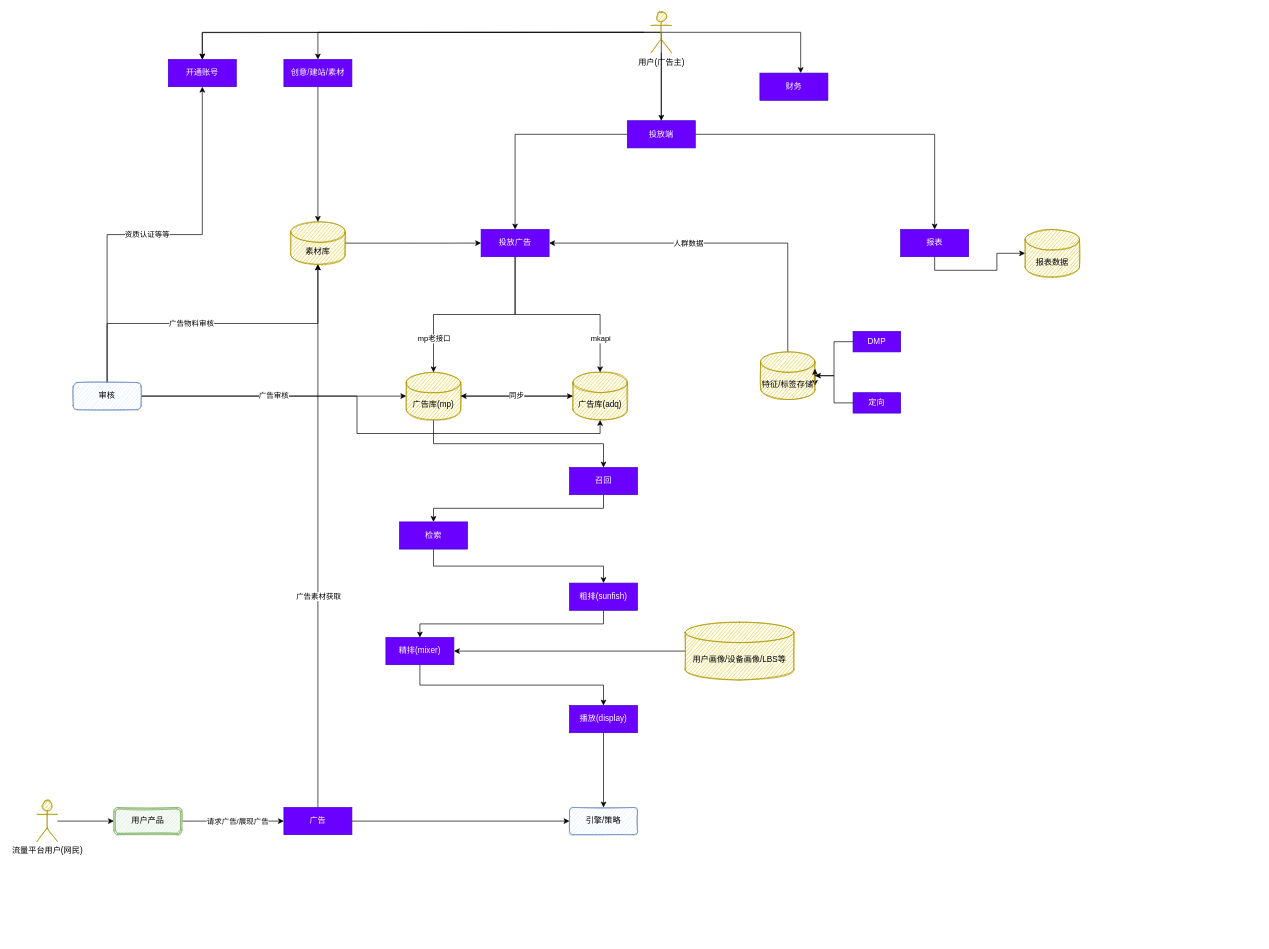
Earlier version of the draw.io diagram Untitled Diagram.drawio (xzy0625/CSS-HTML-). Source tidied: cells renumbered, new cells numbered last; positions are measured from the earlier drawing's top-left corner, leaving out a move shared by most shapes. Both pictures are drawn from the tidied source at 68%, with x=0, y=0 at pixel (37, 12).
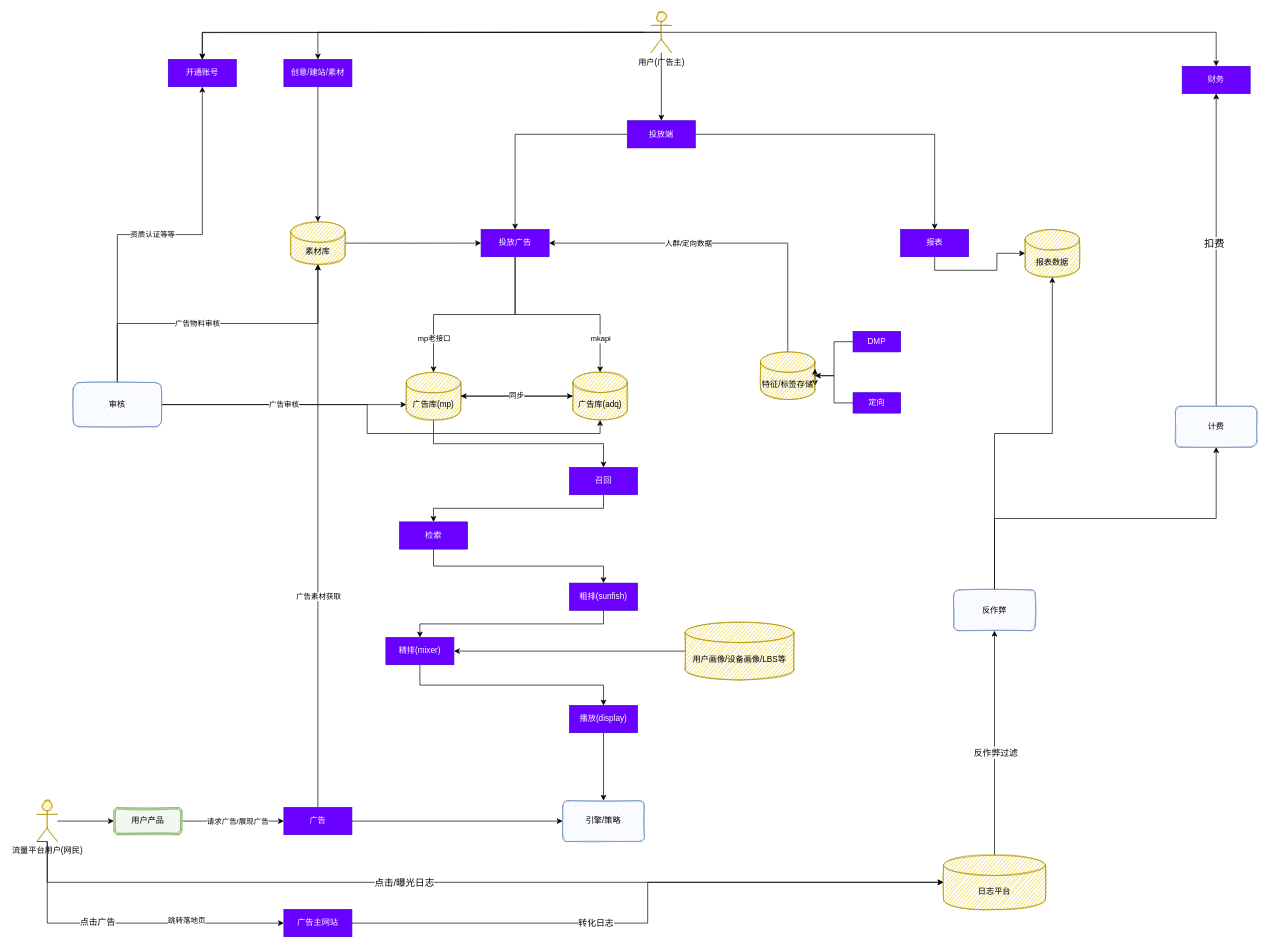
After the change.

Unchanged cells that the change refers to:
```xml
<mxCell id="5" value="投放端" style="rounded=0;whiteSpace=wrap;html=1;fillColor=#6a00ff;strokeColor=#3700CC;sketch=0;fontColor=#ffffff;" parent="1" vertex="1">
  <mxGeometry x="868" y="160" width="100" height="40" as="geometry" />
</mxCell>
<mxCell id="17" value="广告库(mp)" style="shape=cylinder3;whiteSpace=wrap;html=1;boundedLbl=1;backgroundOutline=1;size=15;rounded=1;shadow=0;glass=0;sketch=1;fillStyle=hatch;fillColor=#e3c800;strokeColor=#B09500;fontColor=#000000;" parent="1" vertex="1">
  <mxGeometry x="543" y="530" width="80" height="70" as="geometry" />
</mxCell>
<mxCell id="20" value="报表数据" style="shape=cylinder3;whiteSpace=wrap;html=1;boundedLbl=1;backgroundOutline=1;size=15;rounded=1;shadow=0;glass=0;sketch=1;fillStyle=hatch;fillColor=#e3c800;fontColor=#000000;strokeColor=#B09500;" parent="1" vertex="1">
  <mxGeometry x="1453" y="320" width="80" height="70" as="geometry" />
</mxCell>
<mxCell id="26" value="用户(广告主)" style="shape=umlActor;verticalLabelPosition=bottom;verticalAlign=top;html=1;outlineConnect=0;rounded=1;shadow=0;glass=0;sketch=1;fillStyle=hatch;fillColor=#e3c800;fontColor=#000000;strokeColor=#B09500;" parent="1" vertex="1">
  <mxGeometry x="903" width="30" height="60" as="geometry" />
</mxCell>
<mxCell id="28" value="流量平台用户(网民)" style="shape=umlActor;verticalLabelPosition=bottom;verticalAlign=top;html=1;outlineConnect=0;rounded=1;shadow=0;glass=0;sketch=1;fillStyle=hatch;fillColor=#e3c800;fontColor=#000000;strokeColor=#B09500;" parent="1" vertex="1">
  <mxGeometry y="1160" width="30" height="60" as="geometry" />
</mxCell>
<mxCell id="44" style="edgeStyle=orthogonalEdgeStyle;rounded=0;jettySize=auto;html=1;exitX=0.5;exitY=0;exitDx=0;exitDy=0;exitPerimeter=0;entryX=1;entryY=0.5;entryDx=0;entryDy=0;" parent="1" edge="1" source="46" target="37">
  <mxGeometry relative="1" as="geometry" />
</mxCell>
```

Diff of the diagram source:
```diff
@@
-    <mxCell id="2" style="edgeStyle=orthogonalEdgeStyle;rounded=0;jettySize=auto;html=1;" parent="1" edge="1" source="5" target="32">
-      <mxGeometry relative="1" as="geometry">
-        <Array as="points">
-          <mxPoint x="918" y="30" />
-          <mxPoint x="1123" y="30" />
-        </Array>
-      </mxGeometry>
-    </mxCell>
@@
     <mxCell id="13" value="广告审核" style="edgeStyle=orthogonalEdgeStyle;rounded=0;jettySize=auto;html=1;exitX=1;exitY=0.5;exitDx=0;exitDy=0;" parent="1" edge="1" source="14" target="17">
-      <mxGeometry relative="1" as="geometry" />
+      <mxGeometry relative="1" as="geometry">
+        <Array as="points">
+          <mxPoint x="483" y="577" />
+          <mxPoint x="483" y="577" />
+        </Array>
+      </mxGeometry>
     </mxCell>
     <mxCell id="14" value="审核" style="rounded=1;whiteSpace=wrap;html=1;fillColor=#dae8fc;strokeColor=#6c8ebf;fillStyle=hatch;glass=0;shadow=0;sketch=1;" parent="1" vertex="1">
-      <mxGeometry x="53" y="545" width="100" height="40" as="geometry" />
+      <mxGeometry x="53" y="545" width="130" height="65" as="geometry" />
     </mxCell>
@@
+    <mxCell id="69" style="edgeStyle=orthogonalEdgeStyle;rounded=0;jettySize=auto;html=1;exitX=0.5;exitY=0.5;exitDx=0;exitDy=0;exitPerimeter=0;fontSize=13;" parent="1" edge="1" source="26" target="32">
+      <mxGeometry relative="1" as="geometry" />
+    </mxCell>
@@
+    <mxCell id="70" style="edgeStyle=orthogonalEdgeStyle;rounded=0;jettySize=auto;html=1;entryX=0;entryY=0.5;entryDx=0;entryDy=0;" parent="1" edge="1" source="28" target="77">
+      <mxGeometry relative="1" as="geometry">
+        <Array as="points">
+          <mxPoint x="15" y="1340" />
+        </Array>
+      </mxGeometry>
+    </mxCell>
+    <mxCell id="71" value="&lt;font style=&quot;font-size: 13px;&quot;&gt;点击广告&lt;/font&gt;" style="edgeLabel;html=1;align=center;verticalAlign=middle;" parent="70" vertex="1">
+      <mxGeometry x="-0.17" y="3" relative="1" as="geometry">
+        <mxPoint x="-1" as="offset" />
+      </mxGeometry>
+    </mxCell>
+    <mxCell id="72" value="跳转落地页" style="edgeLabel;html=1;align=center;verticalAlign=middle;" parent="70" vertex="1">
+      <mxGeometry x="0.39" y="4" relative="1" as="geometry">
+        <mxPoint x="-1" as="offset" />
+      </mxGeometry>
+    </mxCell>
+    <mxCell id="73" style="edgeStyle=orthogonalEdgeStyle;rounded=0;jettySize=auto;html=1;exitX=0;exitY=1;exitDx=0;exitDy=0;exitPerimeter=0;entryX=0;entryY=0.5;entryDx=0;entryDy=0;entryPerimeter=0;" parent="1" edge="1" source="28" target="80">
+      <mxGeometry relative="1" as="geometry">
+        <Array as="points">
+          <mxPoint x="15" y="1220" />
+          <mxPoint x="15" y="1280" />
+        </Array>
+      </mxGeometry>
+    </mxCell>
+    <mxCell id="74" value="&lt;font style=&quot;font-size: 14px;&quot;&gt;点击/曝光日志&lt;/font&gt;" style="edgeLabel;html=1;align=center;verticalAlign=middle;" parent="73" vertex="1">
+      <mxGeometry x="-0.14" relative="1" as="geometry" />
+    </mxCell>
@@
     <mxCell id="32" value="财务" style="rounded=0;whiteSpace=wrap;html=1;fillColor=#6a00ff;strokeColor=#3700CC;sketch=0;fontColor=#ffffff;" parent="1" vertex="1">
-      <mxGeometry x="1063" y="90" width="100" height="40" as="geometry" />
+      <mxGeometry x="1684" y="80" width="100" height="40" as="geometry" />
     </mxCell>
@@
-    <mxCell id="45" value="人群数据" style="edgeLabel;html=1;align=center;verticalAlign=middle;" parent="44" vertex="1">
+    <mxCell id="45" value="人群/定向数据" style="edgeLabel;html=1;align=center;verticalAlign=middle;" parent="44" vertex="1">
       <mxGeometry x="0.2" relative="1" as="geometry" />
     </mxCell>
@@
     <mxCell id="56" value="引擎/策略" style="rounded=1;whiteSpace=wrap;html=1;fillColor=#dae8fc;strokeColor=#6c8ebf;fillStyle=hatch;glass=0;shadow=0;sketch=1;" parent="1" vertex="1">
-      <mxGeometry x="783" y="1170" width="100" height="40" as="geometry" />
+      <mxGeometry x="773" y="1160" width="120" height="60" as="geometry" />
     </mxCell>
@@
+    <mxCell id="75" style="edgeStyle=orthogonalEdgeStyle;rounded=0;jettySize=auto;html=1;" parent="1" edge="1" source="77" target="80">
+      <mxGeometry relative="1" as="geometry" />
+    </mxCell>
+    <mxCell id="76" value="&lt;font style=&quot;font-size: 13px;&quot;&gt;转化日志&lt;/font&gt;" style="edgeLabel;html=1;align=center;verticalAlign=middle;" parent="75" vertex="1">
+      <mxGeometry x="-0.23" y="1" relative="1" as="geometry" />
+    </mxCell>
+    <mxCell id="77" value="广告主网站" style="rounded=0;whiteSpace=wrap;html=1;fillColor=#6a00ff;strokeColor=#3700CC;sketch=0;fontColor=#ffffff;" parent="1" vertex="1">
+      <mxGeometry x="363" y="1320" width="100" height="40" as="geometry" />
+    </mxCell>
+    <mxCell id="78" style="edgeStyle=orthogonalEdgeStyle;rounded=0;jettySize=auto;html=1;exitX=0.5;exitY=0;exitDx=0;exitDy=0;exitPerimeter=0;entryX=0.5;entryY=1;entryDx=0;entryDy=0;fontSize=15;" parent="1" edge="1" source="80" target="83">
+      <mxGeometry relative="1" as="geometry" />
+    </mxCell>
+    <mxCell id="79" value="&lt;span style=&quot;font-size: 13px;&quot;&gt;反作弊过滤&lt;/span&gt;" style="edgeLabel;html=1;align=center;verticalAlign=middle;fontSize=15;" parent="78" vertex="1">
+      <mxGeometry x="-0.07" y="-1" relative="1" as="geometry">
+        <mxPoint y="1" as="offset" />
+      </mxGeometry>
+    </mxCell>
+    <mxCell id="80" value="日志平台" style="shape=cylinder3;whiteSpace=wrap;html=1;boundedLbl=1;backgroundOutline=1;size=15;rounded=1;shadow=0;glass=0;sketch=1;fillStyle=hatch;fillColor=#e3c800;fontColor=#000000;strokeColor=#B09500;" parent="1" vertex="1">
+      <mxGeometry x="1333" y="1240" width="150" height="80" as="geometry" />
+    </mxCell>
+    <mxCell id="81" style="edgeStyle=orthogonalEdgeStyle;rounded=0;jettySize=auto;html=1;exitX=0.5;exitY=0;exitDx=0;exitDy=0;entryX=0.5;entryY=1;entryDx=0;entryDy=0;fontSize=15;" parent="1" edge="1" source="83" target="86">
+      <mxGeometry relative="1" as="geometry" />
+    </mxCell>
+    <mxCell id="82" style="edgeStyle=orthogonalEdgeStyle;rounded=0;jettySize=auto;html=1;exitX=0.5;exitY=0;exitDx=0;exitDy=0;entryX=0.5;entryY=1;entryDx=0;entryDy=0;entryPerimeter=0;fontSize=15;" parent="1" edge="1" source="83" target="20">
+      <mxGeometry relative="1" as="geometry" />
+    </mxCell>
+    <mxCell id="83" value="反作弊" style="rounded=1;whiteSpace=wrap;html=1;fillColor=#dae8fc;strokeColor=#6c8ebf;fillStyle=hatch;glass=0;shadow=0;sketch=1;" parent="1" vertex="1">
+      <mxGeometry x="1348" y="850" width="120" height="60" as="geometry" />
+    </mxCell>
+    <mxCell id="84" style="edgeStyle=orthogonalEdgeStyle;rounded=0;jettySize=auto;html=1;exitX=0.5;exitY=0;exitDx=0;exitDy=0;entryX=0.5;entryY=1;entryDx=0;entryDy=0;fontSize=13;" parent="1" edge="1" source="86" target="32">
+      <mxGeometry relative="1" as="geometry" />
+    </mxCell>
+    <mxCell id="85" value="&lt;font style=&quot;font-size: 15px;&quot;&gt;扣费&lt;/font&gt;" style="edgeLabel;html=1;align=center;verticalAlign=middle;fontSize=13;" parent="84" vertex="1">
+      <mxGeometry x="0.05" y="4" relative="1" as="geometry">
+        <mxPoint y="1" as="offset" />
+      </mxGeometry>
+    </mxCell>
+    <mxCell id="86" value="计费" style="rounded=1;whiteSpace=wrap;html=1;fillColor=#dae8fc;strokeColor=#6c8ebf;fillStyle=hatch;glass=0;shadow=0;sketch=1;" parent="1" vertex="1">
+      <mxGeometry x="1674" y="580" width="120" height="60" as="geometry" />
+    </mxCell>
```
